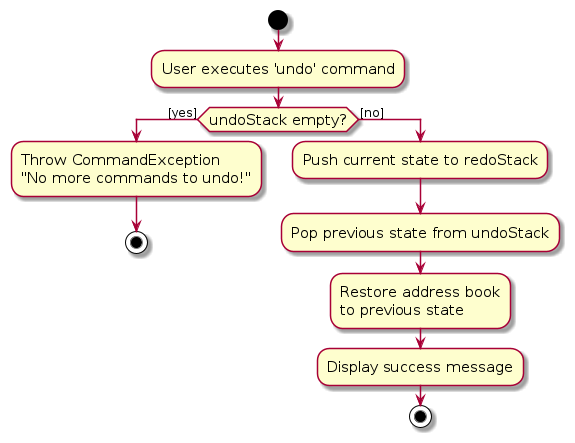
Before: diagrams/UndoActivityDiagram.png, a diagram exported from PlantUML (AY2526S1-CS2103T-W14-3/tp). Its source is kept beside it as diagrams/UndoActivityDiagram.puml. The source it was exported from:
```plantuml
@startuml
skin rose
skinparam ActivityFontSize 15
skinparam ArrowFontSize 12

start
:User executes 'undo' command;

if (undoStack empty?) then ([yes])
  :Throw CommandException\n"No more commands to undo!";
  stop
else ([no])
  :Push current state to redoStack;
  :Pop previous state from undoStack;
  :Restore address book\nto previous state;
  :Display success message;
  stop
endif

@enduml
```
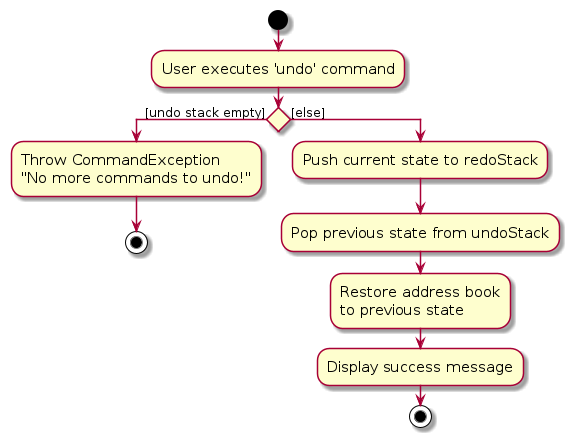
After the commit.

Diff of the diagram source:
```diff
@@ -6,10 +6,10 @@
 start
 :User executes 'undo' command;
 
-if (undoStack empty?) then ([yes])
+if () then ([undo stack empty])
   :Throw CommandException\n"No more commands to undo!";
   stop
-else ([no])
+else ([else])
   :Push current state to redoStack;
   :Pop previous state from undoStack;
   :Restore address book\nto previous state;
```
